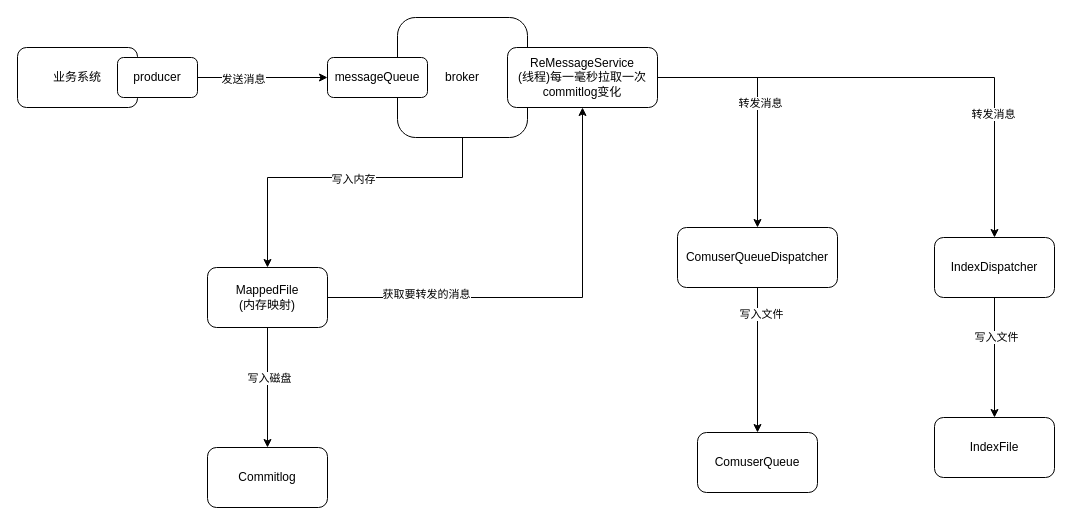
zhangph927/diagramCollect keeps this draw.io diagram as page "整个存储机制" (4 of 5) of rocketmq流程图/rocketmq各个组件启动过程.drawio. Above is the earlier version. Source tidied: cells renumbered, new cells numbered last; positions are measured from the earlier drawing's top-left corner, leaving out a move shared by most shapes. Both pictures are drawn from the tidied source at 100%, with x=0, y=0 at pixel (17, 17).
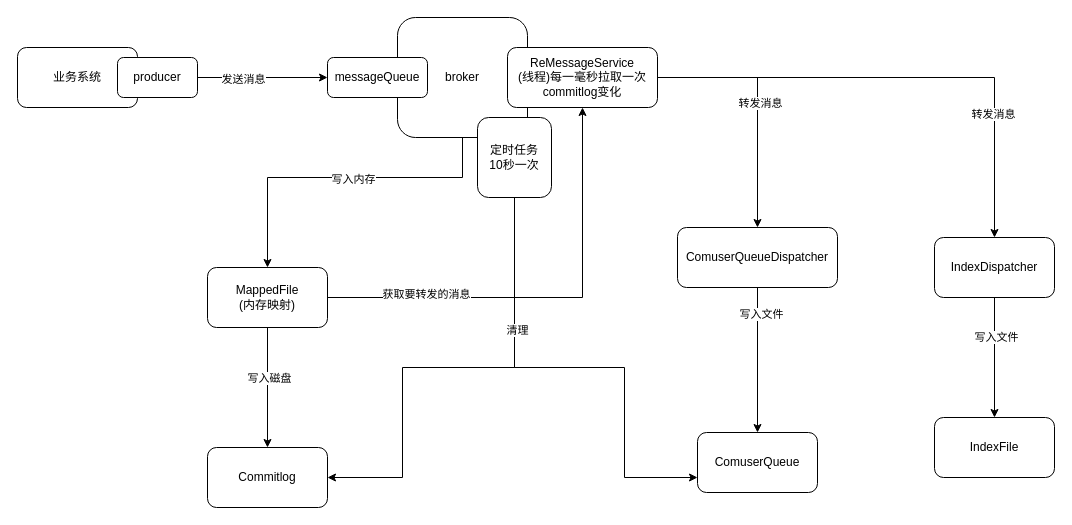
After the change.

Unchanged cells that the change refers to:
```xml
<mxCell id="23" value="Commitlog" style="rounded=1;whiteSpace=wrap;html=1;" parent="1" vertex="1">
  <mxGeometry x="190" y="430" width="120" height="60" as="geometry" />
</mxCell>
<mxCell id="25" value="ComuserQueue" style="rounded=1;whiteSpace=wrap;html=1;" parent="1" vertex="1">
  <mxGeometry x="680" y="415" width="120" height="60" as="geometry" />
</mxCell>
```

What changed in the source:
```diff
@@
+    <mxCell id="29" style="edgeStyle=orthogonalEdgeStyle;rounded=0;jettySize=auto;html=1;entryX=1;entryY=0.5;entryDx=0;entryDy=0;" parent="1" edge="1" source="32" target="23">
+      <mxGeometry relative="1" as="geometry">
+        <Array as="points">
+          <mxPoint x="497" y="350" />
+          <mxPoint x="385" y="350" />
+          <mxPoint x="385" y="460" />
+        </Array>
+      </mxGeometry>
+    </mxCell>
+    <mxCell id="30" style="edgeStyle=orthogonalEdgeStyle;rounded=0;jettySize=auto;html=1;entryX=0;entryY=0.75;entryDx=0;entryDy=0;" parent="1" edge="1" source="32" target="25">
+      <mxGeometry relative="1" as="geometry">
+        <Array as="points">
+          <mxPoint x="497" y="350" />
+          <mxPoint x="607" y="350" />
+          <mxPoint x="607" y="460" />
+        </Array>
+      </mxGeometry>
+    </mxCell>
+    <mxCell id="31" value="清理" style="edgeLabel;html=1;align=center;verticalAlign=middle;" parent="30" vertex="1">
+      <mxGeometry x="-0.43" y="2" relative="1" as="geometry" />
+    </mxCell>
+    <mxCell id="32" value="定时任务&lt;br&gt;10秒一次" style="rounded=1;whiteSpace=wrap;html=1;" parent="1" vertex="1">
+      <mxGeometry x="460" y="100" width="74" height="80" as="geometry" />
+    </mxCell>
```
